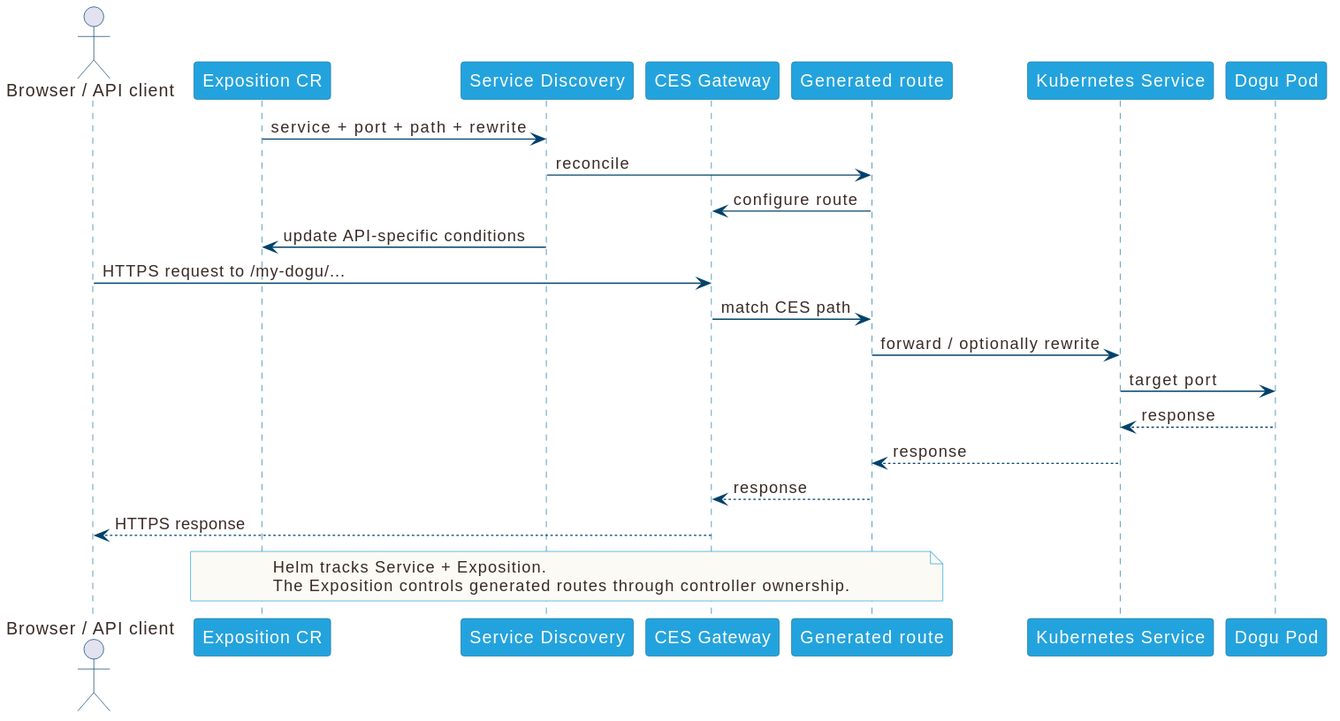
Earlier version of the PlantUML export docs/v3/images/multinode-request-routing.svg (cloudogu/dogu-development-docs).
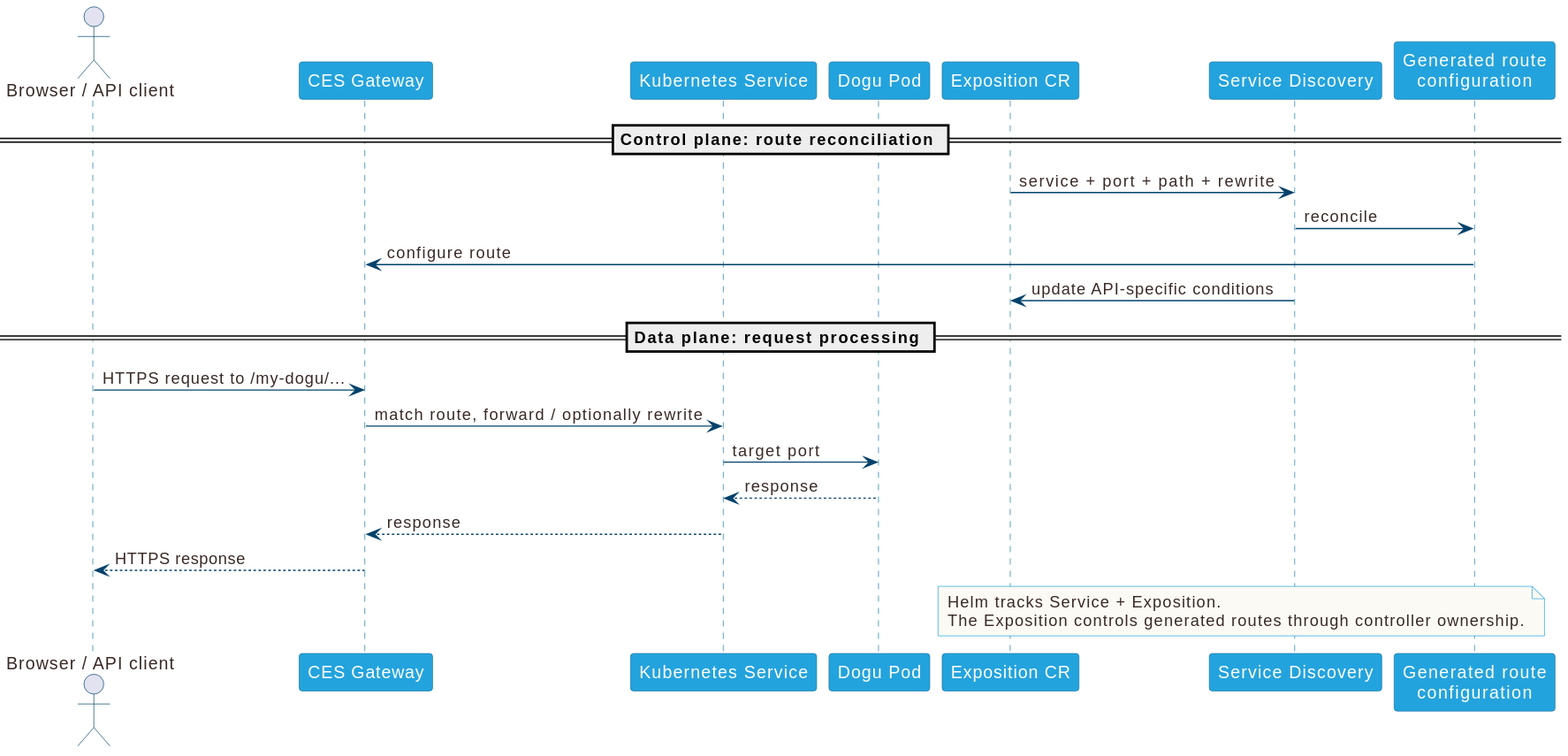
After the change.

Change to the diagram source:
```diff
@@ -16,25 +16,25 @@
 }
 
 actor "Browser / API client" as client
+participant "CES Gateway" as gateway
+participant "Kubernetes Service" as service
+participant "Dogu Pod" as pod
 participant "Exposition CR" as exposition
 participant "Service Discovery" as discovery
-participant "CES Gateway" as gateway
-participant "Generated route" as route
-participant "Kubernetes Service" as service
-participant "Dogu Pod" as pod
+participant "Generated route\nconfiguration" as route
 
+== Control plane: route reconciliation ==
 exposition -> discovery : service + port + path + rewrite
 discovery -> route : reconcile
 route -> gateway : configure route
 discovery -> exposition : update API-specific conditions
 
+== Data plane: request processing ==
 client -> gateway : HTTPS request to /my-dogu/...
-gateway -> route : match CES path
-route -> service : forward / optionally rewrite
+gateway -> service : match route, forward / optionally rewrite
 service -> pod : target port
 pod --> service : response
-service --> route : response
-route --> gateway : response
+service --> gateway : response
 gateway --> client : HTTPS response
 
 note over exposition,route
```
